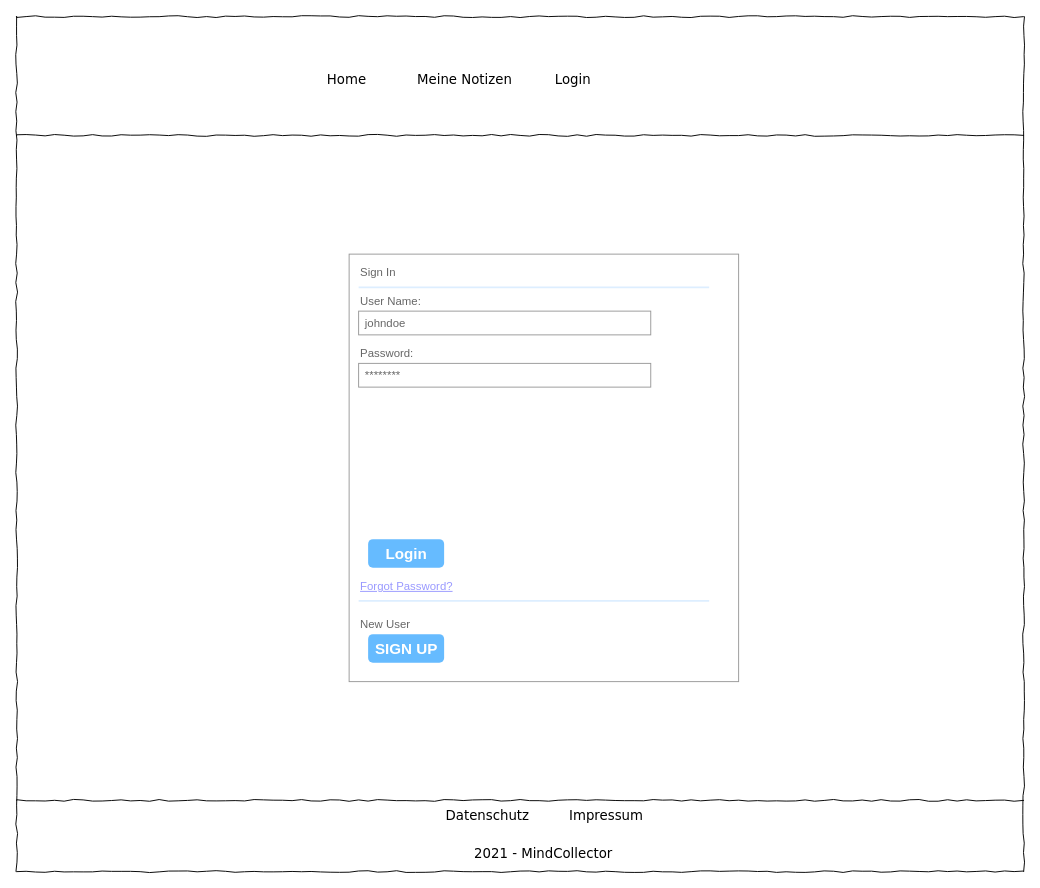
Above: page "Login" (4 of 12) of Mockup/mockups.drawio in MindCollector-Softwareprojekt2021/MindCollector (draw.io), before the change. Source tidied: cells renumbered, new cells numbered last; positions are measured from the earlier drawing's top-left corner, leaving out a move shared by most shapes. Both pictures are drawn from the tidied source at 95%, with x=0, y=0 at pixel (16, 16).
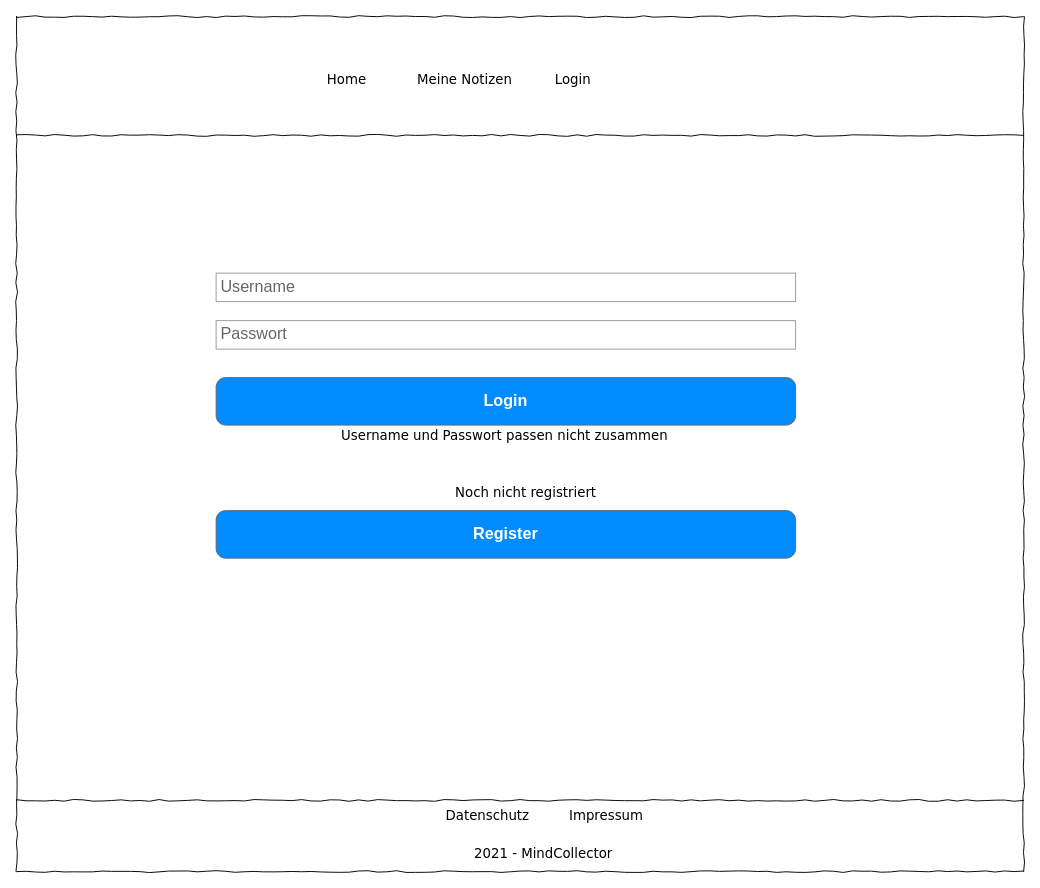
The same page after the edit.

Change to the diagram source:
```diff
@@
-    <mxCell id="11" style="strokeWidth=1;shadow=0;dashed=0;align=center;html=1;shape=mxgraph.mockup.forms.rrect;rSize=0;strokeColor=#999999;fillColor=#ffffff;" parent="1" vertex="1">
-      <mxGeometry x="350" y="250" width="410" height="450" as="geometry" />
-    </mxCell>
-    <mxCell id="12" value="Sign In" style="strokeWidth=1;shadow=0;dashed=0;align=center;html=1;shape=mxgraph.mockup.forms.anchor;fontSize=12;fontColor=#666666;align=left;spacingLeft=0;" parent="11" vertex="1">
-      <mxGeometry width="205" height="20" relative="1" as="geometry">
-        <mxPoint x="10" y="10" as="offset" />
-      </mxGeometry>
-    </mxCell>
-    <mxCell id="13" style="shape=line;strokeColor=#ddeeff;strokeWidth=2;html=1;" parent="11" vertex="1">
-      <mxGeometry width="369" height="10" relative="1" as="geometry">
-        <mxPoint x="10" y="30" as="offset" />
-      </mxGeometry>
-    </mxCell>
-    <mxCell id="14" value="User Name:" style="strokeWidth=1;shadow=0;dashed=0;align=center;html=1;shape=mxgraph.mockup.forms.anchor;fontSize=12;fontColor=#666666;align=left;spacingLeft=0;" parent="11" vertex="1">
-      <mxGeometry width="205" height="20" relative="1" as="geometry">
-        <mxPoint x="10" y="40" as="offset" />
-      </mxGeometry>
-    </mxCell>
-    <mxCell id="15" value="johndoe" style="strokeWidth=1;shadow=0;dashed=0;align=center;html=1;shape=mxgraph.mockup.forms.rrect;rSize=0;strokeColor=#999999;fontColor=#666666;align=left;spacingLeft=5;" parent="11" vertex="1">
-      <mxGeometry width="307.5" height="25" relative="1" as="geometry">
-        <mxPoint x="10" y="60" as="offset" />
-      </mxGeometry>
-    </mxCell>
-    <mxCell id="16" value="Password:" style="strokeWidth=1;shadow=0;dashed=0;align=center;html=1;shape=mxgraph.mockup.forms.anchor;fontSize=12;fontColor=#666666;align=left;spacingLeft=0;" parent="11" vertex="1">
-      <mxGeometry width="205" height="20" relative="1" as="geometry">
-        <mxPoint x="10" y="95" as="offset" />
-      </mxGeometry>
-    </mxCell>
-    <mxCell id="17" value="********" style="strokeWidth=1;shadow=0;dashed=0;align=center;html=1;shape=mxgraph.mockup.forms.rrect;rSize=0;strokeColor=#999999;fontColor=#666666;align=left;spacingLeft=5;" parent="11" vertex="1">
-      <mxGeometry width="307.5" height="25" relative="1" as="geometry">
-        <mxPoint x="10" y="115" as="offset" />
-      </mxGeometry>
-    </mxCell>
+    <mxCell id="23" value="Passwort" style="strokeWidth=1;shadow=0;dashed=0;align=center;html=1;shape=mxgraph.mockup.forms.pwField;strokeColor=#999999;mainText=;align=left;fontColor=#666666;fontSize=17;spacingLeft=3;" parent="1" vertex="1">
+      <mxGeometry x="210" y="320" width="610" height="30" as="geometry" />
+    </mxCell>
-    <mxCell id="18" value="Login" style="strokeWidth=1;shadow=0;dashed=0;align=center;html=1;shape=mxgraph.mockup.forms.rrect;rSize=5;strokeColor=none;fontColor=#ffffff;fillColor=#66bbff;fontSize=16;fontStyle=1;" parent="11" vertex="1">
-      <mxGeometry y="1" width="80" height="30" relative="1" as="geometry">
-        <mxPoint x="20" y="-150" as="offset" />
-      </mxGeometry>
+    <mxCell id="18" value="Login" style="strokeWidth=1;shadow=0;dashed=0;align=center;html=1;shape=mxgraph.mockup.buttons.button;strokeColor=#666666;fontColor=#ffffff;mainText=;buttonStyle=round;fontSize=17;fontStyle=1;fillColor=#008cff;whiteSpace=wrap;" parent="1" vertex="1">
+      <mxGeometry x="210" y="380" width="610" height="50" as="geometry" />
     </mxCell>
-    <mxCell id="19" value="Forgot Password?" style="strokeWidth=1;shadow=0;dashed=0;align=center;html=1;shape=mxgraph.mockup.forms.anchor;fontSize=12;fontColor=#9999ff;align=left;spacingLeft=0;fontStyle=4;" parent="11" vertex="1">
-      <mxGeometry y="1" width="307.5" height="20" relative="1" as="geometry">
-        <mxPoint x="10" y="-110" as="offset" />
-      </mxGeometry>
-    </mxCell>
-    <mxCell id="20" style="shape=line;strokeColor=#ddeeff;strokeWidth=2;html=1;" parent="11" vertex="1">
-      <mxGeometry y="1" width="369" height="10" relative="1" as="geometry">
-        <mxPoint x="10" y="-90" as="offset" />
-      </mxGeometry>
-    </mxCell>
-    <mxCell id="21" value="New User" style="strokeWidth=1;shadow=0;dashed=0;align=center;html=1;shape=mxgraph.mockup.forms.anchor;fontSize=12;fontColor=#666666;align=left;spacingLeft=0;" parent="11" vertex="1">
-      <mxGeometry y="1" width="307.5" height="20" relative="1" as="geometry">
-        <mxPoint x="10" y="-70" as="offset" />
-      </mxGeometry>
-    </mxCell>
-    <mxCell id="22" value="SIGN UP" style="strokeWidth=1;shadow=0;dashed=0;align=center;html=1;shape=mxgraph.mockup.forms.rrect;rSize=5;strokeColor=none;fontColor=#ffffff;fillColor=#66bbff;fontSize=16;fontStyle=1;" parent="11" vertex="1">
-      <mxGeometry y="1" width="80" height="30" relative="1" as="geometry">
-        <mxPoint x="20" y="-50" as="offset" />
-      </mxGeometry>
-    </mxCell>
+    <mxCell id="24" value="Username" style="strokeWidth=1;shadow=0;dashed=0;align=center;html=1;shape=mxgraph.mockup.forms.pwField;strokeColor=#999999;mainText=;align=left;fontColor=#666666;fontSize=17;spacingLeft=3;" parent="1" vertex="1">
+      <mxGeometry x="210" y="270" width="610" height="30" as="geometry" />
+    </mxCell>
+    <mxCell id="25" value="Register" style="strokeWidth=1;shadow=0;dashed=0;align=center;html=1;shape=mxgraph.mockup.buttons.button;strokeColor=#666666;fontColor=#ffffff;mainText=;buttonStyle=round;fontSize=17;fontStyle=1;fillColor=#008cff;whiteSpace=wrap;" parent="1" vertex="1">
+      <mxGeometry x="210" y="520" width="610" height="50" as="geometry" />
+    </mxCell>
+    <mxCell id="26" value="Noch nicht registriert" style="text;html=1;align=left;verticalAlign=top;spacingTop=-4;fontSize=14;fontFamily=Verdana;" parent="1" vertex="1">
+      <mxGeometry x="460" y="490" width="90" height="20" as="geometry" />
+    </mxCell>
+    <mxCell id="27" value="Username und Passwort passen nicht zusammen" style="text;html=1;align=left;verticalAlign=top;spacingTop=-4;fontSize=14;fontFamily=Verdana;" parent="1" vertex="1">
+      <mxGeometry x="340" y="430" width="210" height="20" as="geometry" />
+    </mxCell>
```
